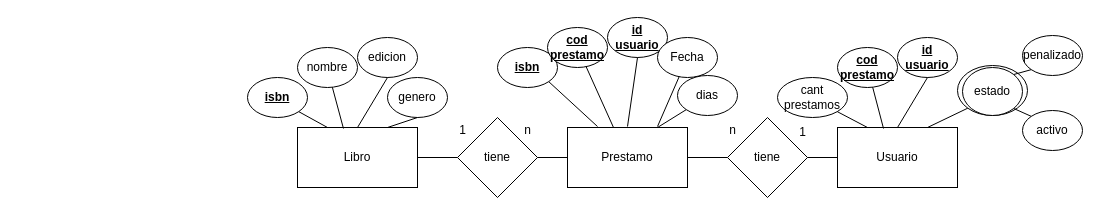
Above: RegistroBiblioteca.drawio in monick96/Diagramas_ER (draw.io), before the change. Source tidied: cells renumbered, new cells numbered last; positions are measured from the earlier drawing's top-left corner, leaving out a move shared by most shapes. Both pictures are drawn from the tidied source at 100%, with x=0, y=0 at pixel (247, 17).
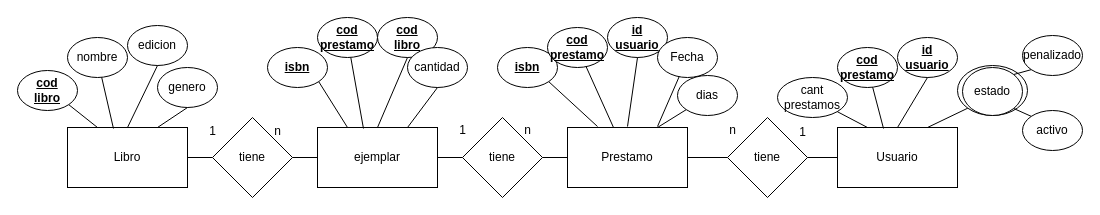
The same diagram, later.

The edit, as a diff of the source:
```diff
@@
     <mxCell id="2" value="Libro" style="rounded=0;whiteSpace=wrap;html=1;" parent="1" vertex="1">
-      <mxGeometry x="50" y="110" width="120" height="60" as="geometry" />
+      <mxGeometry x="-180" y="110" width="120" height="60" as="geometry" />
     </mxCell>
@@
     <mxCell id="5" value="tiene" style="rhombus;whiteSpace=wrap;html=1;" parent="1" vertex="1">
-      <mxGeometry x="210" y="100" width="80" height="80" as="geometry" />
+      <mxGeometry x="215" y="100" width="80" height="80" as="geometry" />
     </mxCell>
@@
-    <mxCell id="7" value="&lt;b&gt;&lt;u&gt;isbn&lt;/u&gt;&lt;/b&gt;" style="ellipse;whiteSpace=wrap;html=1;" parent="1" vertex="1">
-      <mxGeometry y="60" width="60" height="40" as="geometry" />
+    <mxCell id="7" value="&lt;b&gt;&lt;u&gt;cod&lt;/u&gt;&lt;/b&gt;&lt;div&gt;&lt;b&gt;&lt;u&gt;libro&lt;/u&gt;&lt;/b&gt;&lt;/div&gt;" style="ellipse;whiteSpace=wrap;html=1;" parent="1" vertex="1">
+      <mxGeometry x="-230" y="53" width="60" height="40" as="geometry" />
     </mxCell>
     <mxCell id="8" value="nombre" style="ellipse;whiteSpace=wrap;html=1;" parent="1" vertex="1">
-      <mxGeometry x="50" y="30" width="60" height="40" as="geometry" />
+      <mxGeometry x="-180" y="20" width="60" height="40" as="geometry" />
     </mxCell>
     <mxCell id="9" value="edicion" style="ellipse;whiteSpace=wrap;html=1;" parent="1" vertex="1">
-      <mxGeometry x="110" y="20" width="60" height="40" as="geometry" />
+      <mxGeometry x="-120" y="8" width="60" height="40" as="geometry" />
     </mxCell>
     <mxCell id="10" value="genero" style="ellipse;whiteSpace=wrap;html=1;" parent="1" vertex="1">
-      <mxGeometry x="140" y="60" width="60" height="40" as="geometry" />
+      <mxGeometry x="-90" y="50" width="60" height="40" as="geometry" />
     </mxCell>
@@
-    <mxCell id="13" style="endArrow=none;html=1;rounded=0;entryX=0.5;entryY=1;entryDx=0;entryDy=0;" parent="1" edge="1" target="9">
-      <mxGeometry relative="1" as="geometry">
-        <mxPoint x="110" y="110" as="sourcePoint" />
-      </mxGeometry>
+    <mxCell id="13" style="endArrow=none;html=1;rounded=0;entryX=0.5;entryY=1;entryDx=0;entryDy=0;exitX=0.5;exitY=0;exitDx=0;exitDy=0;" parent="1" edge="1" source="2" target="9">
+      <mxGeometry relative="1" as="geometry" />
     </mxCell>
@@
-    <mxCell id="15" style="endArrow=none;html=1;rounded=0;exitX=1;exitY=0.5;exitDx=0;exitDy=0;entryX=0;entryY=0.5;entryDx=0;entryDy=0;" parent="1" edge="1" source="2" target="5">
+    <mxCell id="15" style="endArrow=none;html=1;rounded=0;exitX=1;exitY=0.5;exitDx=0;exitDy=0;entryX=0;entryY=0.5;entryDx=0;entryDy=0;" parent="1" edge="1" source="2" target="55">
       <mxGeometry relative="1" as="geometry" />
     </mxCell>
@@
+    <mxCell id="46" value="ejemplar" style="rounded=0;whiteSpace=wrap;html=1;" parent="1" vertex="1">
+      <mxGeometry x="70" y="110" width="120" height="60" as="geometry" />
+    </mxCell>
+    <mxCell id="47" value="&lt;b&gt;&lt;u&gt;isbn&lt;/u&gt;&lt;/b&gt;" style="ellipse;whiteSpace=wrap;html=1;" parent="1" vertex="1">
+      <mxGeometry x="20" y="30" width="60" height="40" as="geometry" />
+    </mxCell>
+    <mxCell id="48" value="&lt;b style=&quot;--tw-border-spacing-x: 0; --tw-border-spacing-y: 0; --tw-translate-x: 0; --tw-translate-y: 0; --tw-rotate: 0; --tw-skew-x: 0; --tw-skew-y: 0; --tw-scale-x: 1; --tw-scale-y: 1; --tw-pan-x: ; --tw-pan-y: ; --tw-pinch-zoom: ; --tw-scroll-snap-strictness: proximity; --tw-ordinal: ; --tw-slashed-zero: ; --tw-numeric-figure: ; --tw-numeric-spacing: ; --tw-numeric-fraction: ; --tw-ring-inset: ; --tw-ring-offset-width: 0px; --tw-ring-offset-color: #fff; --tw-ring-color: rgb(59 130 246 / .5); --tw-ring-offset-shadow: 0 0 #0000; --tw-ring-shadow: 0 0 #0000; --tw-shadow: 0 0 #0000; --tw-shadow-colored: 0 0 #0000; --tw-blur: ; --tw-brightness: ; --tw-contrast: ; --tw-grayscale: ; --tw-hue-rotate: ; --tw-invert: ; --tw-saturate: ; --tw-sepia: ; --tw-drop-shadow: ; --tw-backdrop-blur: ; --tw-backdrop-brightness: ; --tw-backdrop-contrast: ; --tw-backdrop-grayscale: ; --tw-backdrop-hue-rotate: ; --tw-backdrop-invert: ; --tw-backdrop-opacity: ; --tw-backdrop-saturate: ; --tw-backdrop-sepia: ;&quot;&gt;&lt;u style=&quot;--tw-border-spacing-x: 0; --tw-border-spacing-y: 0; --tw-translate-x: 0; --tw-translate-y: 0; --tw-rotate: 0; --tw-skew-x: 0; --tw-skew-y: 0; --tw-scale-x: 1; --tw-scale-y: 1; --tw-pan-x: ; --tw-pan-y: ; --tw-pinch-zoom: ; --tw-scroll-snap-strictness: proximity; --tw-ordinal: ; --tw-slashed-zero: ; --tw-numeric-figure: ; --tw-numeric-spacing: ; --tw-numeric-fraction: ; --tw-ring-inset: ; --tw-ring-offset-width: 0px; --tw-ring-offset-color: #fff; --tw-ring-color: rgb(59 130 246 / .5); --tw-ring-offset-shadow: 0 0 #0000; --tw-ring-shadow: 0 0 #0000; --tw-shadow: 0 0 #0000; --tw-shadow-colored: 0 0 #0000; --tw-blur: ; --tw-brightness: ; --tw-contrast: ; --tw-grayscale: ; --tw-hue-rotate: ; --tw-invert: ; --tw-saturate: ; --tw-sepia: ; --tw-drop-shadow: ; --tw-backdrop-blur: ; --tw-backdrop-brightness: ; --tw-backdrop-contrast: ; --tw-backdrop-grayscale: ; --tw-backdrop-hue-rotate: ; --tw-backdrop-invert: ; --tw-backdrop-opacity: ; --tw-backdrop-saturate: ; --tw-backdrop-sepia: ;&quot;&gt;cod&lt;/u&gt;&lt;/b&gt;&lt;div style=&quot;--tw-border-spacing-x: 0; --tw-border-spacing-y: 0; --tw-translate-x: 0; --tw-translate-y: 0; --tw-rotate: 0; --tw-skew-x: 0; --tw-skew-y: 0; --tw-scale-x: 1; --tw-scale-y: 1; --tw-pan-x: ; --tw-pan-y: ; --tw-pinch-zoom: ; --tw-scroll-snap-strictness: proximity; --tw-ordinal: ; --tw-slashed-zero: ; --tw-numeric-figure: ; --tw-numeric-spacing: ; --tw-numeric-fraction: ; --tw-ring-inset: ; --tw-ring-offset-width: 0px; --tw-ring-offset-color: #fff; --tw-ring-color: rgb(59 130 246 / .5); --tw-ring-offset-shadow: 0 0 #0000; --tw-ring-shadow: 0 0 #0000; --tw-shadow: 0 0 #0000; --tw-shadow-colored: 0 0 #0000; --tw-blur: ; --tw-brightness: ; --tw-contrast: ; --tw-grayscale: ; --tw-hue-rotate: ; --tw-invert: ; --tw-saturate: ; --tw-sepia: ; --tw-drop-shadow: ; --tw-backdrop-blur: ; --tw-backdrop-brightness: ; --tw-backdrop-contrast: ; --tw-backdrop-grayscale: ; --tw-backdrop-hue-rotate: ; --tw-backdrop-invert: ; --tw-backdrop-opacity: ; --tw-backdrop-saturate: ; --tw-backdrop-sepia: ;&quot;&gt;&lt;b style=&quot;--tw-border-spacing-x: 0; --tw-border-spacing-y: 0; --tw-translate-x: 0; --tw-translate-y: 0; --tw-rotate: 0; --tw-skew-x: 0; --tw-skew-y: 0; --tw-scale-x: 1; --tw-scale-y: 1; --tw-pan-x: ; --tw-pan-y: ; --tw-pinch-zoom: ; --tw-scroll-snap-strictness: proximity; --tw-ordinal: ; --tw-slashed-zero: ; --tw-numeric-figure: ; --tw-numeric-spacing: ; --tw-numeric-fraction: ; --tw-ring-inset: ; --tw-ring-offset-width: 0px; --tw-ring-offset-color: #fff; --tw-ring-color: rgb(59 130 246 / .5); --tw-ring-offset-shadow: 0 0 #0000; --tw-ring-shadow: 0 0 #0000; --tw-shadow: 0 0 #0000; --tw-shadow-colored: 0 0 #0000; --tw-blur: ; --tw-brightness: ; --tw-contrast: ; --tw-grayscale: ; --tw-hue-rotate: ; --tw-invert: ; --tw-saturate: ; --tw-sepia: ; --tw-drop-shadow: ; --tw-backdrop-blur: ; --tw-backdrop-brightness: ; --tw-backdrop-contrast: ; --tw-backdrop-grayscale: ; --tw-backdrop-hue-rotate: ; --tw-backdrop-invert: ; --tw-backdrop-opacity: ; --tw-backdrop-saturate: ; --tw-backdrop-sepia: ;&quot;&gt;&lt;u style=&quot;--tw-border-spacing-x: 0; --tw-border-spacing-y: 0; --tw-translate-x: 0; --tw-translate-y: 0; --tw-rotate: 0; --tw-skew-x: 0; --tw-skew-y: 0; --tw-scale-x: 1; --tw-scale-y: 1; --tw-pan-x: ; --tw-pan-y: ; --tw-pinch-zoom: ; --tw-scroll-snap-strictness: proximity; --tw-ordinal: ; --tw-slashed-zero: ; --tw-numeric-figure: ; --tw-numeric-spacing: ; --tw-numeric-fraction: ; --tw-ring-inset: ; --tw-ring-offset-width: 0px; --tw-ring-offset-color: #fff; --tw-ring-color: rgb(59 130 246 / .5); --tw-ring-offset-shadow: 0 0 #0000; --tw-ring-shadow: 0 0 #0000; --tw-shadow: 0 0 #0000; --tw-shadow-colored: 0 0 #0000; --tw-blur: ; --tw-brightness: ; --tw-contrast: ; --tw-grayscale: ; --tw-hue-rotate: ; --tw-invert: ; --tw-saturate: ; --tw-sepia: ; --tw-drop-shadow: ; --tw-backdrop-blur: ; --tw-backdrop-brightness: ; --tw-backdrop-contrast: ; --tw-backdrop-grayscale: ; --tw-backdrop-hue-rotate: ; --tw-backdrop-invert: ; --tw-backdrop-opacity: ; --tw-backdrop-saturate: ; --tw-backdrop-sepia: ;&quot;&gt;prestamo&lt;/u&gt;&lt;/b&gt;&lt;/div&gt;" style="ellipse;whiteSpace=wrap;html=1;" parent="1" vertex="1">
+      <mxGeometry x="70" width="60" height="40" as="geometry" />
+    </mxCell>
+    <mxCell id="49" value="&lt;b style=&quot;--tw-border-spacing-x: 0; --tw-border-spacing-y: 0; --tw-translate-x: 0; --tw-translate-y: 0; --tw-rotate: 0; --tw-skew-x: 0; --tw-skew-y: 0; --tw-scale-x: 1; --tw-scale-y: 1; --tw-pan-x: ; --tw-pan-y: ; --tw-pinch-zoom: ; --tw-scroll-snap-strictness: proximity; --tw-ordinal: ; --tw-slashed-zero: ; --tw-numeric-figure: ; --tw-numeric-spacing: ; --tw-numeric-fraction: ; --tw-ring-inset: ; --tw-ring-offset-width: 0px; --tw-ring-offset-color: #fff; --tw-ring-color: rgb(59 130 246 / .5); --tw-ring-offset-shadow: 0 0 #0000; --tw-ring-shadow: 0 0 #0000; --tw-shadow: 0 0 #0000; --tw-shadow-colored: 0 0 #0000; --tw-blur: ; --tw-brightness: ; --tw-contrast: ; --tw-grayscale: ; --tw-hue-rotate: ; --tw-invert: ; --tw-saturate: ; --tw-sepia: ; --tw-drop-shadow: ; --tw-backdrop-blur: ; --tw-backdrop-brightness: ; --tw-backdrop-contrast: ; --tw-backdrop-grayscale: ; --tw-backdrop-hue-rotate: ; --tw-backdrop-invert: ; --tw-backdrop-opacity: ; --tw-backdrop-saturate: ; --tw-backdrop-sepia: ;&quot;&gt;&lt;u style=&quot;--tw-border-spacing-x: 0; --tw-border-spacing-y: 0; --tw-translate-x: 0; --tw-translate-y: 0; --tw-rotate: 0; --tw-skew-x: 0; --tw-skew-y: 0; --tw-scale-x: 1; --tw-scale-y: 1; --tw-pan-x: ; --tw-pan-y: ; --tw-pinch-zoom: ; --tw-scroll-snap-strictness: proximity; --tw-ordinal: ; --tw-slashed-zero: ; --tw-numeric-figure: ; --tw-numeric-spacing: ; --tw-numeric-fraction: ; --tw-ring-inset: ; --tw-ring-offset-width: 0px; --tw-ring-offset-color: #fff; --tw-ring-color: rgb(59 130 246 / .5); --tw-ring-offset-shadow: 0 0 #0000; --tw-ring-shadow: 0 0 #0000; --tw-shadow: 0 0 #0000; --tw-shadow-colored: 0 0 #0000; --tw-blur: ; --tw-brightness: ; --tw-contrast: ; --tw-grayscale: ; --tw-hue-rotate: ; --tw-invert: ; --tw-saturate: ; --tw-sepia: ; --tw-drop-shadow: ; --tw-backdrop-blur: ; --tw-backdrop-brightness: ; --tw-backdrop-contrast: ; --tw-backdrop-grayscale: ; --tw-backdrop-hue-rotate: ; --tw-backdrop-invert: ; --tw-backdrop-opacity: ; --tw-backdrop-saturate: ; --tw-backdrop-sepia: ;&quot;&gt;cod&lt;/u&gt;&lt;/b&gt;&lt;div style=&quot;--tw-border-spacing-x: 0; --tw-border-spacing-y: 0; --tw-translate-x: 0; --tw-translate-y: 0; --tw-rotate: 0; --tw-skew-x: 0; --tw-skew-y: 0; --tw-scale-x: 1; --tw-scale-y: 1; --tw-pan-x: ; --tw-pan-y: ; --tw-pinch-zoom: ; --tw-scroll-snap-strictness: proximity; --tw-ordinal: ; --tw-slashed-zero: ; --tw-numeric-figure: ; --tw-numeric-spacing: ; --tw-numeric-fraction: ; --tw-ring-inset: ; --tw-ring-offset-width: 0px; --tw-ring-offset-color: #fff; --tw-ring-color: rgb(59 130 246 / .5); --tw-ring-offset-shadow: 0 0 #0000; --tw-ring-shadow: 0 0 #0000; --tw-shadow: 0 0 #0000; --tw-shadow-colored: 0 0 #0000; --tw-blur: ; --tw-brightness: ; --tw-contrast: ; --tw-grayscale: ; --tw-hue-rotate: ; --tw-invert: ; --tw-saturate: ; --tw-sepia: ; --tw-drop-shadow: ; --tw-backdrop-blur: ; --tw-backdrop-brightness: ; --tw-backdrop-contrast: ; --tw-backdrop-grayscale: ; --tw-backdrop-hue-rotate: ; --tw-backdrop-invert: ; --tw-backdrop-opacity: ; --tw-backdrop-saturate: ; --tw-backdrop-sepia: ;&quot;&gt;&lt;b style=&quot;--tw-border-spacing-x: 0; --tw-border-spacing-y: 0; --tw-translate-x: 0; --tw-translate-y: 0; --tw-rotate: 0; --tw-skew-x: 0; --tw-skew-y: 0; --tw-scale-x: 1; --tw-scale-y: 1; --tw-pan-x: ; --tw-pan-y: ; --tw-pinch-zoom: ; --tw-scroll-snap-strictness: proximity; --tw-ordinal: ; --tw-slashed-zero: ; --tw-numeric-figure: ; --tw-numeric-spacing: ; --tw-numeric-fraction: ; --tw-ring-inset: ; --tw-ring-offset-width: 0px; --tw-ring-offset-color: #fff; --tw-ring-color: rgb(59 130 246 / .5); --tw-ring-offset-shadow: 0 0 #0000; --tw-ring-shadow: 0 0 #0000; --tw-shadow: 0 0 #0000; --tw-shadow-colored: 0 0 #0000; --tw-blur: ; --tw-brightness: ; --tw-contrast: ; --tw-grayscale: ; --tw-hue-rotate: ; --tw-invert: ; --tw-saturate: ; --tw-sepia: ; --tw-drop-shadow: ; --tw-backdrop-blur: ; --tw-backdrop-brightness: ; --tw-backdrop-contrast: ; --tw-backdrop-grayscale: ; --tw-backdrop-hue-rotate: ; --tw-backdrop-invert: ; --tw-backdrop-opacity: ; --tw-backdrop-saturate: ; --tw-backdrop-sepia: ;&quot;&gt;&lt;u style=&quot;--tw-border-spacing-x: 0; --tw-border-spacing-y: 0; --tw-translate-x: 0; --tw-translate-y: 0; --tw-rotate: 0; --tw-skew-x: 0; --tw-skew-y: 0; --tw-scale-x: 1; --tw-scale-y: 1; --tw-pan-x: ; --tw-pan-y: ; --tw-pinch-zoom: ; --tw-scroll-snap-strictness: proximity; --tw-ordinal: ; --tw-slashed-zero: ; --tw-numeric-figure: ; --tw-numeric-spacing: ; --tw-numeric-fraction: ; --tw-ring-inset: ; --tw-ring-offset-width: 0px; --tw-ring-offset-color: #fff; --tw-ring-color: rgb(59 130 246 / .5); --tw-ring-offset-shadow: 0 0 #0000; --tw-ring-shadow: 0 0 #0000; --tw-shadow: 0 0 #0000; --tw-shadow-colored: 0 0 #0000; --tw-blur: ; --tw-brightness: ; --tw-contrast: ; --tw-grayscale: ; --tw-hue-rotate: ; --tw-invert: ; --tw-saturate: ; --tw-sepia: ; --tw-drop-shadow: ; --tw-backdrop-blur: ; --tw-backdrop-brightness: ; --tw-backdrop-contrast: ; --tw-backdrop-grayscale: ; --tw-backdrop-hue-rotate: ; --tw-backdrop-invert: ; --tw-backdrop-opacity: ; --tw-backdrop-saturate: ; --tw-backdrop-sepia: ;&quot;&gt;libro&lt;/u&gt;&lt;/b&gt;&lt;/div&gt;" style="ellipse;whiteSpace=wrap;html=1;" parent="1" vertex="1">
+      <mxGeometry x="130" width="60" height="40" as="geometry" />
+    </mxCell>
+    <mxCell id="50" value="cantidad" style="ellipse;whiteSpace=wrap;html=1;" parent="1" vertex="1">
+      <mxGeometry x="160" y="30" width="60" height="40" as="geometry" />
+    </mxCell>
+    <mxCell id="51" style="endArrow=none;html=1;rounded=0;entryX=1;entryY=1;entryDx=0;entryDy=0;exitX=0.25;exitY=0;exitDx=0;exitDy=0;" parent="1" edge="1" source="46" target="47">
+      <mxGeometry relative="1" as="geometry" />
+    </mxCell>
+    <mxCell id="52" style="endArrow=none;html=1;rounded=0;exitX=0.383;exitY=0.017;exitDx=0;exitDy=0;exitPerimeter=0;" parent="1" edge="1" source="46" target="48">
+      <mxGeometry relative="1" as="geometry" />
+    </mxCell>
+    <mxCell id="53" style="endArrow=none;html=1;rounded=0;entryX=0.5;entryY=1;entryDx=0;entryDy=0;exitX=0.5;exitY=0;exitDx=0;exitDy=0;" parent="1" edge="1" source="46" target="49">
+      <mxGeometry relative="1" as="geometry" />
+    </mxCell>
+    <mxCell id="54" style="endArrow=none;html=1;rounded=0;exitX=0.75;exitY=0;exitDx=0;exitDy=0;entryX=0.5;entryY=1;entryDx=0;entryDy=0;" parent="1" edge="1" source="46" target="50">
+      <mxGeometry relative="1" as="geometry" />
+    </mxCell>
+    <mxCell id="55" value="tiene" style="rhombus;whiteSpace=wrap;html=1;" parent="1" vertex="1">
+      <mxGeometry x="-35" y="100" width="80" height="80" as="geometry" />
+    </mxCell>
+    <mxCell id="56" style="endArrow=none;html=1;rounded=0;exitX=1;exitY=0.5;exitDx=0;exitDy=0;entryX=0;entryY=0.5;entryDx=0;entryDy=0;" parent="1" edge="1" source="55" target="46">
+      <mxGeometry relative="1" as="geometry" />
+    </mxCell>
+    <mxCell id="57" value="1" style="text;html=1;align=center;verticalAlign=middle;strokeColor=none;fillColor=none;" parent="1" vertex="1">
+      <mxGeometry x="-50" y="99" width="30" height="30" as="geometry" />
+    </mxCell>
+    <mxCell id="58" value="n" style="text;html=1;align=center;verticalAlign=middle;strokeColor=none;fillColor=none;" parent="1" vertex="1">
+      <mxGeometry x="15" y="99" width="30" height="30" as="geometry" />
+    </mxCell>
+    <mxCell id="59" style="endArrow=none;html=1;rounded=0;exitX=1;exitY=0.5;exitDx=0;exitDy=0;entryX=0;entryY=0.5;entryDx=0;entryDy=0;" parent="1" edge="1" source="46" target="5">
+      <mxGeometry relative="1" as="geometry" />
+    </mxCell>
```
